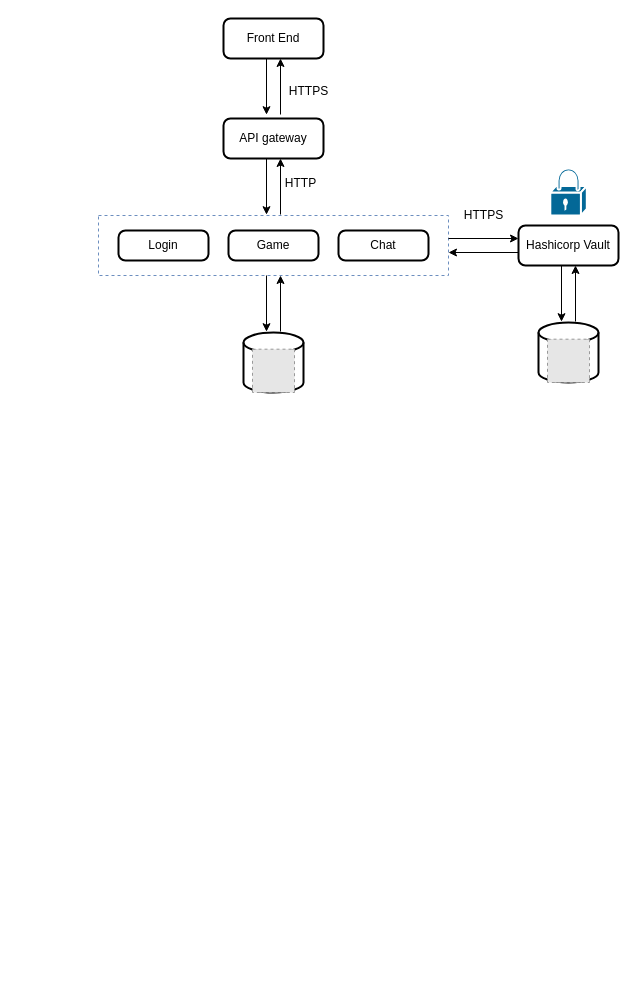
Above: page "Micro service" (4 of 5) of Transcendence.drawio in lugonzalg/Diagramas_42 (draw.io), before the change. Source tidied: cells renumbered, new cells numbered last; positions are measured from the earlier drawing's top-left corner, leaving out a move shared by most shapes. Both pictures are drawn from the tidied source at 100%, with x=0, y=0 at pixel (98, 18). Pictures stored in the file or linked from it are replaced by grey dashed boxes.
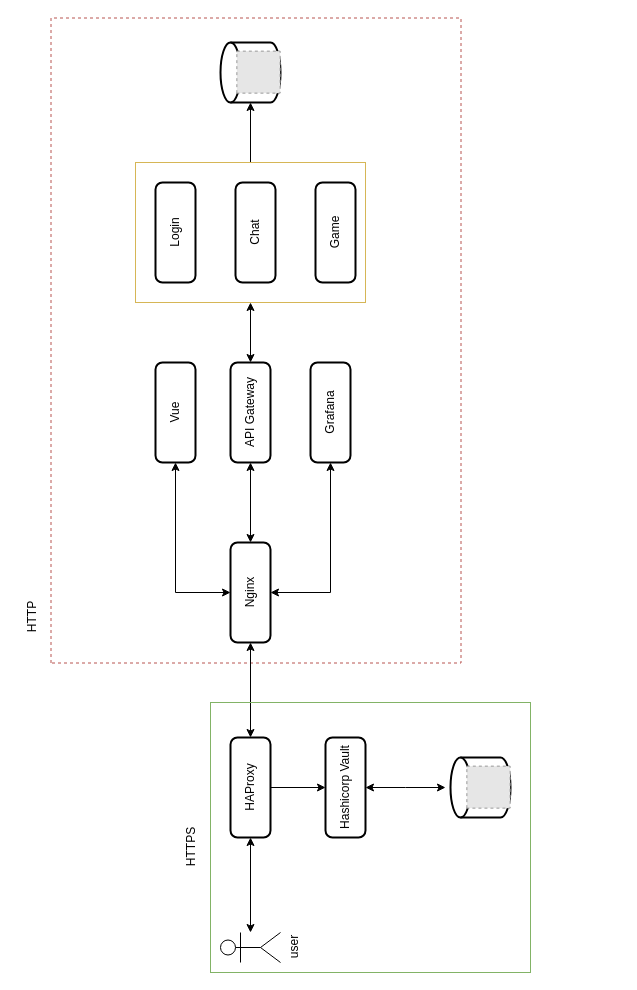
The same page after the edit.

Diff of the diagram source:
```diff
@@
-    <mxCell id="2" value="Front End" style="rounded=1;whiteSpace=wrap;html=1;absoluteArcSize=1;arcSize=14;strokeWidth=2;" parent="1" vertex="1">
-      <mxGeometry x="125" width="100" height="40" as="geometry" />
-    </mxCell>
-    <mxCell id="3" value="API gateway" style="rounded=1;whiteSpace=wrap;html=1;absoluteArcSize=1;arcSize=14;strokeWidth=2;" parent="1" vertex="1">
-      <mxGeometry x="125" y="100" width="100" height="40" as="geometry" />
-    </mxCell>
-    <mxCell id="4" style="edgeStyle=orthogonalEdgeStyle;rounded=0;orthogonalLoop=1;jettySize=auto;html=1;entryX=0.5;entryY=-0.096;entryDx=0;entryDy=0;entryPerimeter=0;" parent="1" edge="1">
-      <mxGeometry relative="1" as="geometry">
-        <mxPoint x="168" y="40" as="sourcePoint" />
-        <mxPoint x="168" y="96.2" as="targetPoint" />
-      </mxGeometry>
-    </mxCell>
-    <mxCell id="5" style="edgeStyle=orthogonalEdgeStyle;rounded=0;orthogonalLoop=1;jettySize=auto;html=1;entryX=0.5;entryY=-0.096;entryDx=0;entryDy=0;entryPerimeter=0;endArrow=none;endFill=0;startArrow=classic;startFill=1;" parent="1" edge="1">
-      <mxGeometry relative="1" as="geometry">
-        <mxPoint x="182" y="40" as="sourcePoint" />
-        <mxPoint x="182" y="96" as="targetPoint" />
-      </mxGeometry>
-    </mxCell>
-    <mxCell id="6" value="Login" style="rounded=1;whiteSpace=wrap;html=1;absoluteArcSize=1;arcSize=14;strokeWidth=2;" parent="1" vertex="1">
-      <mxGeometry x="20" y="212" width="90" height="30" as="geometry" />
-    </mxCell>
-    <mxCell id="7" value="Game" style="rounded=1;whiteSpace=wrap;html=1;absoluteArcSize=1;arcSize=14;strokeWidth=2;" parent="1" vertex="1">
-      <mxGeometry x="130" y="212" width="90" height="30" as="geometry" />
-    </mxCell>
-    <mxCell id="8" value="Chat" style="rounded=1;whiteSpace=wrap;html=1;absoluteArcSize=1;arcSize=14;strokeWidth=2;" parent="1" vertex="1">
-      <mxGeometry x="240" y="212" width="90" height="30" as="geometry" />
-    </mxCell>
+    <mxCell id="27" style="group;rotation=-90;" parent="1" vertex="1">
+      <mxGeometry x="-302" y="220" width="955" height="513" as="geometry" />
+    </mxCell>
-    <mxCell id="9" style="strokeWidth=2;html=1;shape=mxgraph.flowchart.database;whiteSpace=wrap;" parent="1" vertex="1">
-      <mxGeometry x="145" y="314" width="60" height="60" as="geometry" />
+    <mxCell id="9" style="strokeWidth=2;html=1;shape=mxgraph.flowchart.database;whiteSpace=wrap;rotation=-90;" parent="27" vertex="1">
+      <mxGeometry x="424" y="-196" width="60" height="60" as="geometry" />
     </mxCell>
-    <mxCell id="10" style="fillColor=#E6E6E6;strokeColor=#999999;dashed=1;verticalLabelPosition=bottom;verticalAlign=top;" parent="1" vertex="1">
-      <mxGeometry x="154" y="330.7" width="42" height="43.3" as="geometry" />
+    <mxCell id="10" style="fillColor=#E6E6E6;strokeColor=#999999;dashed=1;verticalLabelPosition=bottom;verticalAlign=top;rotation=-90;" parent="27" vertex="1">
+      <mxGeometry x="441" y="-188" width="42" height="43.3" as="geometry" />
     </mxCell>
-    <mxCell id="11" style="rounded=0;whiteSpace=wrap;html=1;fillColor=none;strokeColor=#6c8ebf;dashed=1;" parent="1" vertex="1">
-      <mxGeometry y="197" width="350" height="60" as="geometry" />
+    <mxCell id="11" style="rounded=0;whiteSpace=wrap;html=1;fillColor=none;strokeColor=#b85450;dashed=1;rotation=-90;" parent="27" vertex="1">
+      <mxGeometry x="137" y="-103" width="645" height="410" as="geometry" />
     </mxCell>
-    <mxCell id="12" style="edgeStyle=orthogonalEdgeStyle;rounded=0;orthogonalLoop=1;jettySize=auto;html=1;entryX=0.5;entryY=-0.096;entryDx=0;entryDy=0;entryPerimeter=0;" parent="1" edge="1">
-      <mxGeometry relative="1" as="geometry">
-        <mxPoint x="168" y="140" as="sourcePoint" />
-        <mxPoint x="168" y="196.2" as="targetPoint" />
-      </mxGeometry>
-    </mxCell>
-    <mxCell id="13" style="edgeStyle=orthogonalEdgeStyle;rounded=0;orthogonalLoop=1;jettySize=auto;html=1;entryX=0.5;entryY=-0.096;entryDx=0;entryDy=0;entryPerimeter=0;endArrow=none;endFill=0;startArrow=classic;startFill=1;" parent="1" edge="1">
-      <mxGeometry relative="1" as="geometry">
-        <mxPoint x="182" y="140" as="sourcePoint" />
-        <mxPoint x="182" y="196" as="targetPoint" />
-      </mxGeometry>
-    </mxCell>
-    <mxCell id="14" style="edgeStyle=orthogonalEdgeStyle;rounded=0;orthogonalLoop=1;jettySize=auto;html=1;entryX=0.5;entryY=-0.096;entryDx=0;entryDy=0;entryPerimeter=0;" parent="1" edge="1">
-      <mxGeometry relative="1" as="geometry">
-        <mxPoint x="168" y="257" as="sourcePoint" />
-        <mxPoint x="168" y="313.2" as="targetPoint" />
-      </mxGeometry>
-    </mxCell>
-    <mxCell id="15" style="edgeStyle=orthogonalEdgeStyle;rounded=0;orthogonalLoop=1;jettySize=auto;html=1;entryX=0.5;entryY=-0.096;entryDx=0;entryDy=0;entryPerimeter=0;endArrow=none;endFill=0;startArrow=classic;startFill=1;" parent="1" edge="1">
-      <mxGeometry relative="1" as="geometry">
-        <mxPoint x="182" y="257" as="sourcePoint" />
-        <mxPoint x="182" y="313" as="targetPoint" />
-      </mxGeometry>
-    </mxCell>
-    <mxCell id="16" value="HTTPS" style="text;html=1;align=center;verticalAlign=middle;strokeColor=none;fillColor=none;" parent="1" vertex="1">
-      <mxGeometry x="180" y="58" width="60" height="30" as="geometry" />
-    </mxCell>
-    <mxCell id="17" value="HTTP" style="text;html=1;align=center;verticalAlign=middle;strokeColor=none;fillColor=none;" parent="1" vertex="1">
-      <mxGeometry x="177" y="150" width="50" height="30" as="geometry" />
-    </mxCell>
-    <mxCell id="18" style="edgeStyle=orthogonalEdgeStyle;rounded=0;orthogonalLoop=1;jettySize=auto;html=1;" parent="1" edge="1">
-      <mxGeometry relative="1" as="geometry">
-        <mxPoint x="420" y="234" as="sourcePoint" />
-        <mxPoint x="350" y="234" as="targetPoint" />
-      </mxGeometry>
-    </mxCell>
+    <mxCell id="28" style="edgeStyle=orthogonalEdgeStyle;rounded=0;jettySize=auto;html=1;startArrow=classic;startFill=1;" parent="27" edge="1" source="19">
+      <mxGeometry relative="1" as="geometry">
+        <mxPoint x="649" y="549" as="targetPoint" />
+      </mxGeometry>
+    </mxCell>
-    <mxCell id="19" value="Hashicorp Vault" style="rounded=1;whiteSpace=wrap;html=1;absoluteArcSize=1;arcSize=14;strokeWidth=2;" parent="1" vertex="1">
-      <mxGeometry x="420" y="207" width="100" height="40" as="geometry" />
+    <mxCell id="19" value="Hashicorp Vault" style="rounded=1;whiteSpace=wrap;html=1;absoluteArcSize=1;arcSize=14;strokeWidth=2;rotation=-90;" parent="27" vertex="1">
+      <mxGeometry x="499" y="529" width="100" height="40" as="geometry" />
     </mxCell>
-    <mxCell id="20" style="edgeStyle=orthogonalEdgeStyle;rounded=0;orthogonalLoop=1;jettySize=auto;html=1;startArrow=classic;startFill=1;endArrow=none;endFill=0;" parent="1" edge="1">
-      <mxGeometry relative="1" as="geometry">
-        <mxPoint x="420" y="220" as="sourcePoint" />
-        <mxPoint x="350" y="220" as="targetPoint" />
-        <Array as="points">
-          <mxPoint x="420" y="220" />
-          <mxPoint x="350" y="220" />
-        </Array>
-      </mxGeometry>
-    </mxCell>
-    <mxCell id="21" style="strokeWidth=2;html=1;shape=mxgraph.flowchart.database;whiteSpace=wrap;" parent="1" vertex="1">
-      <mxGeometry x="440" y="304" width="60" height="60" as="geometry" />
+    <mxCell id="21" style="strokeWidth=2;html=1;shape=mxgraph.flowchart.database;whiteSpace=wrap;rotation=-90;" parent="27" vertex="1">
+      <mxGeometry x="654" y="519" width="60" height="60" as="geometry" />
     </mxCell>
-    <mxCell id="22" style="fillColor=#E6E6E6;strokeColor=#999999;dashed=1;verticalLabelPosition=bottom;verticalAlign=top;" parent="1" vertex="1">
-      <mxGeometry x="449" y="320.7" width="42" height="43.3" as="geometry" />
+    <mxCell id="22" style="fillColor=#E6E6E6;strokeColor=#999999;dashed=1;verticalLabelPosition=bottom;verticalAlign=top;rotation=-90;" parent="27" vertex="1">
+      <mxGeometry x="671" y="527" width="42" height="43.3" as="geometry" />
     </mxCell>
-    <mxCell id="23" style="edgeStyle=orthogonalEdgeStyle;rounded=0;orthogonalLoop=1;jettySize=auto;html=1;entryX=0.5;entryY=-0.096;entryDx=0;entryDy=0;entryPerimeter=0;" parent="1" edge="1">
-      <mxGeometry relative="1" as="geometry">
-        <mxPoint x="463" y="247" as="sourcePoint" />
-        <mxPoint x="463" y="303.2" as="targetPoint" />
-      </mxGeometry>
-    </mxCell>
-    <mxCell id="24" style="edgeStyle=orthogonalEdgeStyle;rounded=0;orthogonalLoop=1;jettySize=auto;html=1;entryX=0.5;entryY=-0.096;entryDx=0;entryDy=0;entryPerimeter=0;endArrow=none;endFill=0;startArrow=classic;startFill=1;" parent="1" edge="1">
-      <mxGeometry relative="1" as="geometry">
-        <mxPoint x="477" y="247" as="sourcePoint" />
-        <mxPoint x="477" y="303" as="targetPoint" />
-      </mxGeometry>
-    </mxCell>
-    <mxCell id="25" style="shape=mxgraph.cisco.security.lock;sketch=0;html=1;dashed=0;fillColor=#036897;strokeColor=#ffffff;strokeWidth=2;verticalLabelPosition=bottom;verticalAlign=top;align=center;" parent="1" vertex="1">
-      <mxGeometry x="451.8" y="150" width="36.5" height="47" as="geometry" />
-    </mxCell>
-    <mxCell id="26" value="HTTPS" style="text;html=1;align=center;verticalAlign=middle;strokeColor=none;fillColor=none;" parent="1" vertex="1">
-      <mxGeometry x="355" y="182" width="60" height="30" as="geometry" />
-    </mxCell>
+    <mxCell id="29" style="edgeStyle=orthogonalEdgeStyle;rounded=0;jettySize=auto;html=1;startArrow=classic;startFill=1;" parent="27" edge="1" source="32" target="42">
+      <mxGeometry relative="1" as="geometry" />
+    </mxCell>
+    <mxCell id="30" style="edgeStyle=orthogonalEdgeStyle;rounded=0;jettySize=auto;html=1;entryX=0;entryY=0.5;entryDx=0;entryDy=0;startArrow=classic;startFill=1;" parent="27" edge="1" source="32" target="40">
+      <mxGeometry relative="1" as="geometry">
+        <Array as="points">
+          <mxPoint x="379" y="354" />
+        </Array>
+      </mxGeometry>
+    </mxCell>
+    <mxCell id="31" style="edgeStyle=orthogonalEdgeStyle;rounded=0;jettySize=auto;html=1;entryX=0;entryY=0.5;entryDx=0;entryDy=0;startArrow=classic;startFill=1;" parent="27" edge="1" source="32" target="45">
+      <mxGeometry relative="1" as="geometry">
+        <Array as="points">
+          <mxPoint x="534" y="354" />
+        </Array>
+      </mxGeometry>
+    </mxCell>
+    <mxCell id="32" value="Nginx" style="rounded=1;whiteSpace=wrap;html=1;absoluteArcSize=1;arcSize=14;strokeWidth=2;rotation=-90;" parent="27" vertex="1">
+      <mxGeometry x="404" y="334" width="100" height="40" as="geometry" />
+    </mxCell>
+    <mxCell id="33" style="edgeStyle=orthogonalEdgeStyle;rounded=0;jettySize=auto;html=1;startArrow=classic;startFill=1;" parent="27" edge="1" source="35" target="32">
+      <mxGeometry relative="1" as="geometry" />
+    </mxCell>
+    <mxCell id="34" style="edgeStyle=orthogonalEdgeStyle;rounded=0;jettySize=auto;html=1;" parent="27" edge="1" source="35" target="19">
+      <mxGeometry relative="1" as="geometry" />
+    </mxCell>
+    <mxCell id="35" value="HAProxy" style="rounded=1;whiteSpace=wrap;html=1;absoluteArcSize=1;arcSize=14;strokeWidth=2;rotation=-90;" parent="27" vertex="1">
+      <mxGeometry x="404" y="529" width="100" height="40" as="geometry" />
+    </mxCell>
+    <mxCell id="36" style="edgeStyle=orthogonalEdgeStyle;rounded=0;jettySize=auto;html=1;startArrow=classic;startFill=1;" parent="27" edge="1" source="37" target="35">
+      <mxGeometry relative="1" as="geometry" />
+    </mxCell>
+    <mxCell id="37" value="user" style="shape=umlActor;verticalLabelPosition=bottom;verticalAlign=top;html=1;rotation=-90;" parent="27" vertex="1">
+      <mxGeometry x="439" y="679" width="30" height="60" as="geometry" />
+    </mxCell>
+    <mxCell id="38" style="rounded=0;whiteSpace=wrap;html=1;fillColor=none;strokeColor=#82b366;rotation=-90;" parent="27" vertex="1">
+      <mxGeometry x="439" y="439" width="270" height="320" as="geometry" />
+    </mxCell>
+    <mxCell id="39" value="HTTPS" style="text;html=1;align=center;verticalAlign=middle;strokeColor=none;fillColor=none;rotation=-90;" parent="27" vertex="1">
+      <mxGeometry x="365" y="594" width="60" height="30" as="geometry" />
+    </mxCell>
+    <mxCell id="40" value="Vue" style="rounded=1;whiteSpace=wrap;html=1;absoluteArcSize=1;arcSize=14;strokeWidth=2;rotation=-90;" parent="27" vertex="1">
+      <mxGeometry x="329" y="154" width="100" height="40" as="geometry" />
+    </mxCell>
+    <mxCell id="41" style="edgeStyle=orthogonalEdgeStyle;rounded=0;jettySize=auto;html=1;startArrow=classic;startFill=1;" parent="27" edge="1" source="42" target="44">
+      <mxGeometry relative="1" as="geometry" />
+    </mxCell>
+    <mxCell id="42" value="API Gateway" style="rounded=1;whiteSpace=wrap;html=1;absoluteArcSize=1;arcSize=14;strokeWidth=2;rotation=-90;" parent="27" vertex="1">
+      <mxGeometry x="404" y="154" width="100" height="40" as="geometry" />
+    </mxCell>
+    <mxCell id="8" value="Chat" style="rounded=1;whiteSpace=wrap;html=1;absoluteArcSize=1;arcSize=14;strokeWidth=2;rotation=-90;" parent="27" vertex="1">
+      <mxGeometry x="409" y="-26" width="100" height="40" as="geometry" />
+    </mxCell>
+    <mxCell id="6" value="Login" style="rounded=1;whiteSpace=wrap;html=1;absoluteArcSize=1;arcSize=14;strokeWidth=2;rotation=-90;" parent="27" vertex="1">
+      <mxGeometry x="329" y="-26" width="100" height="40" as="geometry" />
+    </mxCell>
+    <mxCell id="7" value="Game" style="rounded=1;whiteSpace=wrap;html=1;absoluteArcSize=1;arcSize=14;strokeWidth=2;rotation=-90;" parent="27" vertex="1">
+      <mxGeometry x="489" y="-26" width="100" height="40" as="geometry" />
+    </mxCell>
+    <mxCell id="17" value="HTTP" style="text;html=1;align=center;verticalAlign=middle;strokeColor=none;fillColor=none;rotation=-90;" parent="27" vertex="1">
+      <mxGeometry x="211" y="364" width="50" height="30" as="geometry" />
+    </mxCell>
+    <mxCell id="43" style="edgeStyle=orthogonalEdgeStyle;rounded=0;jettySize=auto;html=1;" parent="27" edge="1" source="44">
+      <mxGeometry relative="1" as="geometry">
+        <mxPoint x="454" y="-136" as="targetPoint" />
+      </mxGeometry>
+    </mxCell>
+    <mxCell id="44" style="rounded=0;whiteSpace=wrap;html=1;fillColor=none;strokeColor=#d6b656;rotation=-90;" parent="27" vertex="1">
+      <mxGeometry x="384" y="-121" width="140" height="230" as="geometry" />
+    </mxCell>
+    <mxCell id="45" value="Grafana" style="rounded=1;whiteSpace=wrap;html=1;absoluteArcSize=1;arcSize=14;strokeWidth=2;rotation=-90;" parent="27" vertex="1">
+      <mxGeometry x="484" y="154" width="100" height="40" as="geometry" />
+    </mxCell>
```
